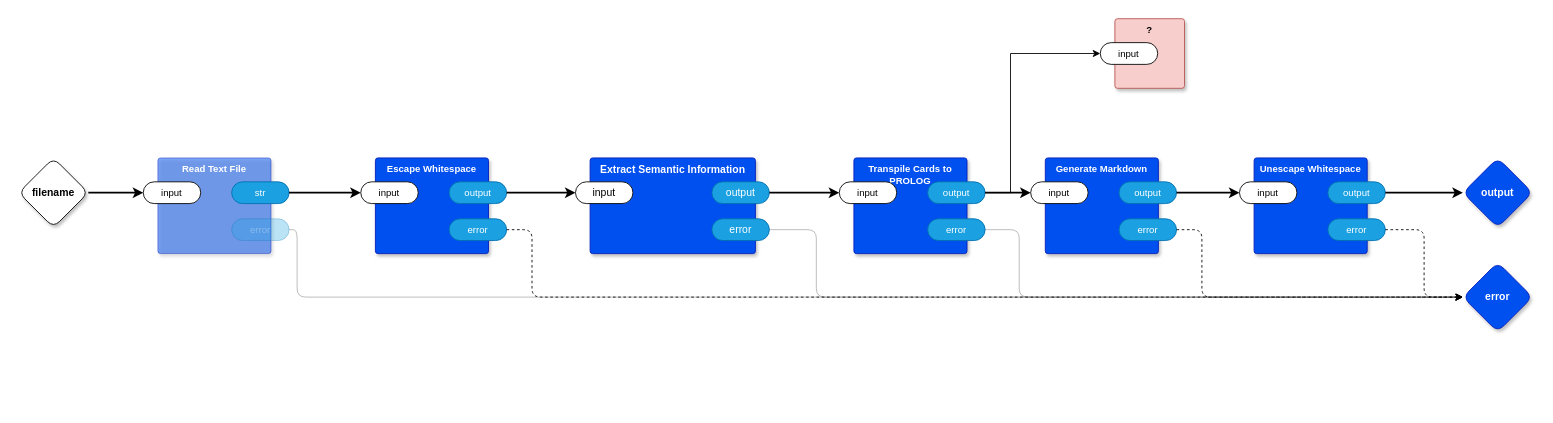
Above: page "main" (1 of 14) of top.drawio in guitarvydas/kinopio2md (draw.io), before the change. Source tidied: cells renumbered, new cells numbered last; positions are measured from the earlier drawing's top-left corner, leaving out a move shared by most shapes. Both pictures are drawn from the tidied source at 87%, with x=0, y=0 at pixel (18, 18).
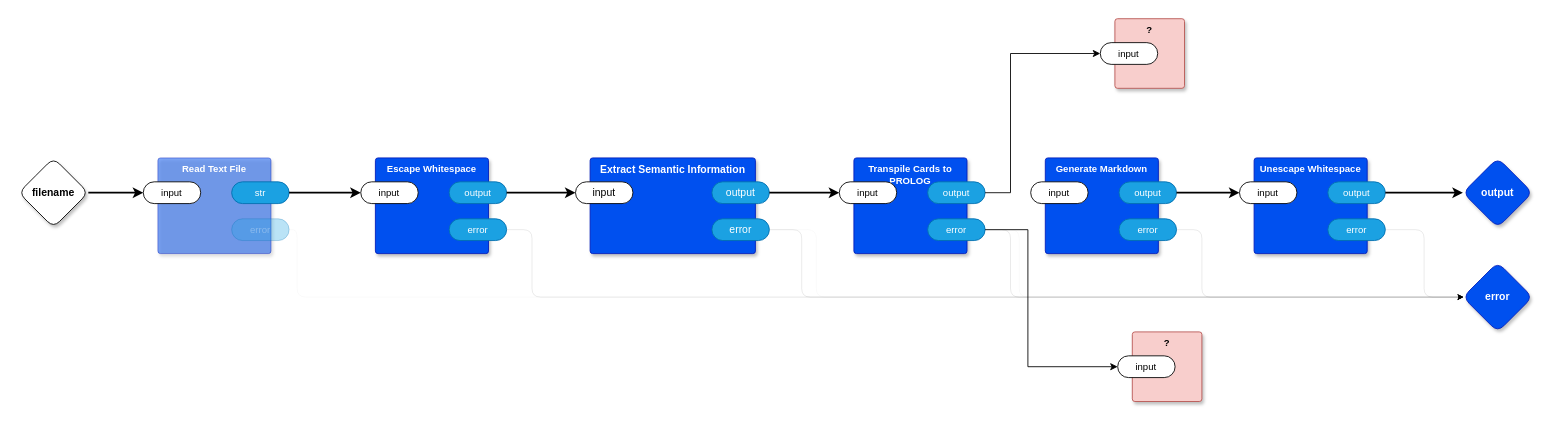
After the change.

The change refers to these unchanged cells:
```xml
<mxCell id="7" value="error" style="rounded=1;whiteSpace=wrap;html=1;sketch=0;points=[[0,0.5,0,0,0],[1,0.5,0,0,0]];fillColor=#1ba1e2;fontColor=#ffffff;strokeColor=#006EAF;arcSize=50;" parent="5" vertex="1">
  <mxGeometry x="140" y="70" width="66" height="25" as="geometry" />
</mxCell>
<mxCell id="8" value="output" style="rounded=1;whiteSpace=wrap;html=1;sketch=0;points=[[0,0.5,0,0,0],[1,0.5,0,0,0]];fillColor=#1ba1e2;fontColor=#ffffff;strokeColor=#006EAF;arcSize=50;" parent="5" vertex="1">
  <mxGeometry x="140" y="27.5" width="66" height="25" as="geometry" />
</mxCell>
<mxCell id="9" value="error" style="rhombus;whiteSpace=wrap;html=1;rounded=1;fillColor=#0050ef;fontColor=#ffffff;strokeColor=#001DBC;fontStyle=1;glass=0;sketch=0;fontSize=12;points=[[0,0.5,0,0,0],[0.5,0,0,0,0],[0.5,1,0,0,0],[1,0.5,0,0,0]];shadow=1;" parent="1" vertex="1">
  <mxGeometry x="1660" y="280" width="80" height="80" as="geometry" />
</mxCell>
<mxCell id="14" value="error" style="rounded=1;whiteSpace=wrap;html=1;sketch=0;points=[[0,0.5,0,0,0],[1,0.5,0,0,0]];fillColor=#1ba1e2;fontColor=#ffffff;strokeColor=#006EAF;arcSize=50;fontFamily=Helvetica;fontSize=11;textOpacity=30;opacity=30;" parent="11" vertex="1">
  <mxGeometry x="84.8" y="70" width="66" height="25" as="geometry" />
</mxCell>
<mxCell id="17" value="input" style="rounded=1;whiteSpace=wrap;html=1;sketch=0;points=[[0,0.5,0,0,0],[1,0.5,0,0,0]];arcSize=50;fontFamily=Helvetica;fontSize=11;fontColor=default;" parent="16" vertex="1">
  <mxGeometry x="-16.8" y="27.5" width="66" height="25" as="geometry" />
</mxCell>
<mxCell id="18" value="output" style="rounded=1;whiteSpace=wrap;html=1;sketch=0;points=[[0,0.5,0,0,0],[1,0.5,0,0,0]];fillColor=#1ba1e2;fontColor=#ffffff;strokeColor=#006EAF;arcSize=50;fontFamily=Helvetica;fontSize=11;" parent="16" vertex="1">
  <mxGeometry x="84.8" y="27.5" width="66" height="25" as="geometry" />
</mxCell>
<mxCell id="19" value="error" style="rounded=1;whiteSpace=wrap;html=1;sketch=0;points=[[0,0.5,0,0,0],[1,0.5,0,0,0]];fillColor=#1ba1e2;fontColor=#ffffff;strokeColor=#006EAF;arcSize=50;fontFamily=Helvetica;fontSize=11;" parent="16" vertex="1">
  <mxGeometry x="84.8" y="70" width="66" height="25" as="geometry" />
</mxCell>
<mxCell id="23" value="input" style="rounded=1;whiteSpace=wrap;html=1;sketch=0;points=[[0,0.5,0,0,0],[1,0.5,0,0,0]];arcSize=50;fontFamily=Helvetica;fontSize=11;fontColor=default;" parent="22" vertex="1">
  <mxGeometry x="-16.8" y="27.5" width="66" height="25" as="geometry" />
</mxCell>
<mxCell id="25" value="error" style="rounded=1;whiteSpace=wrap;html=1;sketch=0;points=[[0,0.5,0,0,0],[1,0.5,0,0,0]];fillColor=#1ba1e2;fontColor=#ffffff;strokeColor=#006EAF;arcSize=50;fontFamily=Helvetica;fontSize=11;" parent="22" vertex="1">
  <mxGeometry x="84.8" y="70" width="66" height="25" as="geometry" />
</mxCell>
<mxCell id="32" value="error" style="rounded=1;whiteSpace=wrap;html=1;sketch=0;points=[[0,0.5,0,0,0],[1,0.5,0,0,0]];fillColor=#1ba1e2;fontColor=#ffffff;strokeColor=#006EAF;arcSize=50;fontFamily=Helvetica;fontSize=11;" parent="29" vertex="1">
  <mxGeometry x="84.8" y="70" width="66" height="25" as="geometry" />
</mxCell>
<mxCell id="39" value="error" style="rounded=1;whiteSpace=wrap;html=1;sketch=0;points=[[0,0.5,0,0,0],[1,0.5,0,0,0]];fillColor=#1ba1e2;fontColor=#ffffff;strokeColor=#006EAF;arcSize=50;fontFamily=Helvetica;fontSize=11;" parent="36" vertex="1">
  <mxGeometry x="84.8" y="70" width="66" height="25" as="geometry" />
</mxCell>
```

What changed in the source:
```diff
@@
-    <mxCell id="10" style="edgeStyle=orthogonalEdgeStyle;rounded=1;jettySize=auto;html=1;exitX=1;exitY=0.5;exitDx=0;exitDy=0;exitPerimeter=0;entryX=0;entryY=0.5;entryDx=0;entryDy=0;entryPerimeter=0;opacity=30;" parent="1" edge="1" source="7" target="9">
+    <mxCell id="10" style="edgeStyle=orthogonalEdgeStyle;rounded=1;jettySize=auto;html=1;exitX=1;exitY=0.5;exitDx=0;exitDy=0;exitPerimeter=0;entryX=0;entryY=0.5;entryDx=0;entryDy=0;entryPerimeter=0;opacity=30;strokeWidth=0;" parent="1" edge="1" source="7" target="9">
       <mxGeometry relative="1" as="geometry">
         <Array as="points">
           <mxPoint x="916.8" y="243" />
           <mxPoint x="916.8" y="320" />
         </Array>
       </mxGeometry>
     </mxCell>
@@
-    <mxCell id="15" style="edgeStyle=orthogonalEdgeStyle;shape=connector;rounded=1;jettySize=auto;html=1;exitX=1;exitY=0.5;exitDx=0;exitDy=0;exitPerimeter=0;entryX=0;entryY=0.5;entryDx=0;entryDy=0;entryPerimeter=0;labelBackgroundColor=default;strokeColor=default;fontFamily=Helvetica;fontSize=11;fontColor=default;endArrow=classic;opacity=30;" parent="1" edge="1" source="14" target="9">
+    <mxCell id="15" style="edgeStyle=orthogonalEdgeStyle;shape=connector;rounded=1;jettySize=auto;html=1;exitX=1;exitY=0.5;exitDx=0;exitDy=0;exitPerimeter=0;entryX=0;entryY=0.5;entryDx=0;entryDy=0;entryPerimeter=0;labelBackgroundColor=default;strokeColor=default;fontFamily=Helvetica;fontSize=11;fontColor=default;endArrow=classic;opacity=30;strokeWidth=0;" parent="1" edge="1" source="14" target="9">
       <mxGeometry relative="1" as="geometry">
         <Array as="points">
           <mxPoint x="320" y="243" />
           <mxPoint x="320" y="320" />
         </Array>
       </mxGeometry>
     </mxCell>
@@
-    <mxCell id="20" style="edgeStyle=orthogonalEdgeStyle;shape=connector;rounded=1;jettySize=auto;html=1;exitX=1;exitY=0.5;exitDx=0;exitDy=0;exitPerimeter=0;entryX=0;entryY=0.5;entryDx=0;entryDy=0;entryPerimeter=0;labelBackgroundColor=default;strokeColor=default;fontFamily=Helvetica;fontSize=11;fontColor=default;endArrow=classic;strokeWidth=2;" parent="1" edge="1" source="8" target="17">
-      <mxGeometry relative="1" as="geometry" />
-    </mxCell>
-    <mxCell id="21" style="edgeStyle=orthogonalEdgeStyle;shape=connector;rounded=1;jettySize=auto;html=1;exitX=1;exitY=0.5;exitDx=0;exitDy=0;exitPerimeter=0;entryX=0;entryY=0.5;entryDx=0;entryDy=0;entryPerimeter=0;labelBackgroundColor=default;strokeColor=default;fontFamily=Helvetica;fontSize=11;fontColor=default;endArrow=classic;opacity=30;" parent="1" edge="1" source="19" target="9">
+    <mxCell id="21" style="edgeStyle=orthogonalEdgeStyle;shape=connector;rounded=1;jettySize=auto;html=1;exitX=1;exitY=0.5;exitDx=0;exitDy=0;exitPerimeter=0;entryX=0;entryY=0.5;entryDx=0;entryDy=0;entryPerimeter=0;labelBackgroundColor=default;strokeColor=default;fontFamily=Helvetica;fontSize=11;fontColor=default;endArrow=classic;opacity=30;strokeWidth=0;" parent="1" edge="1" source="19" target="9">
       <mxGeometry relative="1" as="geometry">
         <Array as="points">
           <mxPoint x="1150" y="243" />
           <mxPoint x="1150" y="320" />
         </Array>
       </mxGeometry>
     </mxCell>
@@
-    <mxCell id="26" style="edgeStyle=orthogonalEdgeStyle;shape=connector;rounded=1;jettySize=auto;html=1;exitX=1;exitY=0.5;exitDx=0;exitDy=0;exitPerimeter=0;entryX=0;entryY=0.5;entryDx=0;entryDy=0;entryPerimeter=0;labelBackgroundColor=default;strokeColor=default;fontFamily=Helvetica;fontSize=11;fontColor=default;endArrow=classic;strokeWidth=2;" parent="1" edge="1" source="18" target="23">
-      <mxGeometry relative="1" as="geometry" />
-    </mxCell>
@@
-    <mxCell id="28" style="edgeStyle=orthogonalEdgeStyle;shape=connector;rounded=1;jettySize=auto;html=1;exitX=1;exitY=0.5;exitDx=0;exitDy=0;exitPerimeter=0;entryX=0;entryY=0.5;entryDx=0;entryDy=0;entryPerimeter=0;labelBackgroundColor=default;strokeColor=default;fontFamily=Helvetica;fontSize=11;fontColor=default;endArrow=classic;dashed=1;" parent="1" edge="1" source="25" target="9">
+    <mxCell id="28" style="edgeStyle=orthogonalEdgeStyle;shape=connector;rounded=1;jettySize=auto;html=1;exitX=1;exitY=0.5;exitDx=0;exitDy=0;exitPerimeter=0;entryX=0;entryY=0.5;entryDx=0;entryDy=0;entryPerimeter=0;labelBackgroundColor=default;strokeColor=default;fontFamily=Helvetica;fontSize=11;fontColor=default;endArrow=classic;strokeWidth=0;" parent="1" edge="1" source="25" target="9">
       <mxGeometry relative="1" as="geometry">
         <Array as="points">
           <mxPoint x="1360" y="243" />
           <mxPoint x="1360" y="320" />
         </Array>
       </mxGeometry>
     </mxCell>
@@
-    <mxCell id="35" style="edgeStyle=orthogonalEdgeStyle;rounded=1;jettySize=auto;html=1;entryX=0;entryY=0.5;entryDx=0;entryDy=0;entryPerimeter=0;dashed=1;" parent="1" edge="1" source="32" target="9">
+    <mxCell id="35" style="edgeStyle=orthogonalEdgeStyle;rounded=1;jettySize=auto;html=1;entryX=0;entryY=0.5;entryDx=0;entryDy=0;entryPerimeter=0;strokeWidth=0;" parent="1" edge="1" source="32" target="9">
       <mxGeometry relative="1" as="geometry">
         <Array as="points">
           <mxPoint x="590" y="243" />
           <mxPoint x="590" y="320" />
         </Array>
       </mxGeometry>
     </mxCell>
@@
-    <mxCell id="41" style="edgeStyle=orthogonalEdgeStyle;rounded=1;jettySize=auto;html=1;exitX=1;exitY=0.5;exitDx=0;exitDy=0;exitPerimeter=0;entryX=0;entryY=0.5;entryDx=0;entryDy=0;entryPerimeter=0;dashed=1;" parent="1" edge="1" source="39" target="9">
+    <mxCell id="41" style="edgeStyle=orthogonalEdgeStyle;rounded=1;jettySize=auto;html=1;exitX=1;exitY=0.5;exitDx=0;exitDy=0;exitPerimeter=0;entryX=0;entryY=0.5;entryDx=0;entryDy=0;entryPerimeter=0;strokeWidth=0;" parent="1" edge="1" source="39" target="9">
       <mxGeometry relative="1" as="geometry" />
     </mxCell>
@@
+    <mxCell id="45" style="edgeStyle=orthogonalEdgeStyle;shape=connector;rounded=1;jettySize=auto;html=1;exitX=1;exitY=0.5;exitDx=0;exitDy=0;exitPerimeter=0;entryX=0;entryY=0.5;entryDx=0;entryDy=0;entryPerimeter=0;labelBackgroundColor=default;strokeColor=default;strokeWidth=0;align=center;verticalAlign=middle;fontFamily=Helvetica;fontSize=11;fontColor=default;endArrow=classic;" parent="1" edge="1" source="19" target="9">
+      <mxGeometry relative="1" as="geometry">
+        <Array as="points">
+          <mxPoint x="1140" y="243" />
+          <mxPoint x="1140" y="320" />
+        </Array>
+      </mxGeometry>
+    </mxCell>
+    <mxCell id="46" style="edgeStyle=orthogonalEdgeStyle;shape=connector;rounded=1;jettySize=auto;html=1;entryX=0;entryY=0.5;entryDx=0;entryDy=0;entryPerimeter=0;labelBackgroundColor=default;strokeColor=default;strokeWidth=0;align=center;verticalAlign=middle;fontFamily=Helvetica;fontSize=11;fontColor=default;endArrow=classic;" parent="1" edge="1" source="7" target="9">
+      <mxGeometry relative="1" as="geometry">
+        <Array as="points">
+          <mxPoint x="900" y="243" />
+          <mxPoint x="900" y="320" />
+        </Array>
+      </mxGeometry>
+    </mxCell>
+    <mxCell id="20" style="edgeStyle=orthogonalEdgeStyle;rounded=0;jettySize=auto;html=1;exitX=1;exitY=0.5;exitDx=0;exitDy=0;exitPerimeter=0;entryX=0;entryY=0.5;entryDx=0;entryDy=0;entryPerimeter=0;strokeWidth=2;" parent="1" edge="1" source="8" target="17">
+      <mxGeometry relative="1" as="geometry" />
+    </mxCell>
@@
+    <mxCell id="47" value="?" style="rounded=1;whiteSpace=wrap;html=1;sketch=0;verticalAlign=top;arcSize=6;fontStyle=1;absoluteArcSize=1;shadow=1;strokeColor=#b85450;fillColor=#f8cecc;fontFamily=Helvetica;fontSize=11;" parent="1" vertex="1">
+      <mxGeometry x="1280" y="360" width="80" height="80" as="geometry" />
+    </mxCell>
+    <mxCell id="48" value="input" style="rounded=1;whiteSpace=wrap;html=1;sketch=0;points=[[0,0.5,0,0,0],[1,0.5,0,0,0]];arcSize=50;fontFamily=Helvetica;fontSize=11;fontColor=default;" parent="47" vertex="1">
+      <mxGeometry x="-16.8" y="27.5" width="66" height="25" as="geometry" />
+    </mxCell>
+    <mxCell id="49" style="edgeStyle=orthogonalEdgeStyle;rounded=0;jettySize=auto;html=1;exitX=1;exitY=0.5;exitDx=0;exitDy=0;exitPerimeter=0;entryX=0;entryY=0.5;entryDx=0;entryDy=0;entryPerimeter=0;" parent="1" edge="1" source="19" target="48">
+      <mxGeometry relative="1" as="geometry">
+        <Array as="points">
+          <mxPoint x="1160" y="243" />
+          <mxPoint x="1160" y="400" />
+        </Array>
+      </mxGeometry>
+    </mxCell>
```
